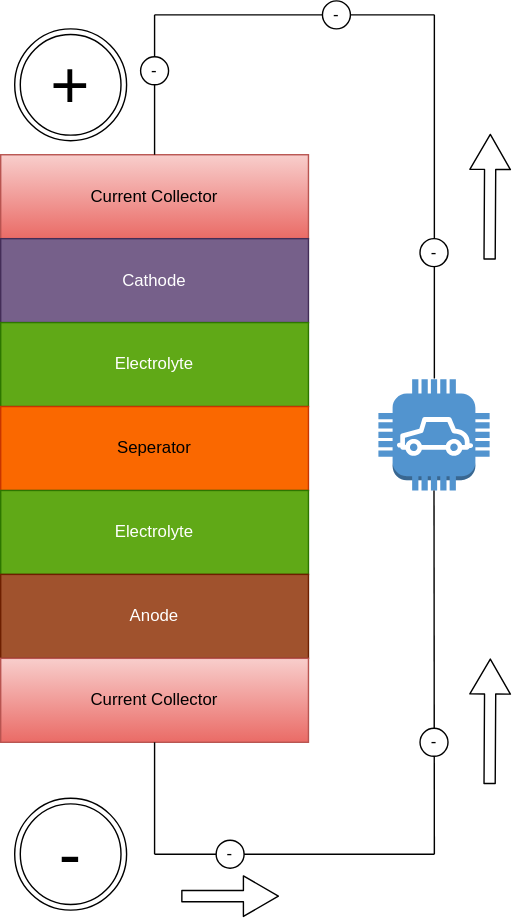
Before: content/technology/battery/basic/batteryconcept.drawio.svg, a diagram exported from draw.io (electrichasgoneaudi/electrichasgoneaudi.github.io). Source tidied: cells renumbered, new cells last; positions are measured from the earlier drawing's top-left corner, leaving out a move shared by most shapes. Source of this version:
```xml
<mxGraphModel>
  <root>
    <mxCell id="0" />
    <mxCell id="1" parent="0" />
    <mxCell id="2" value="Current Collector" style="rounded=0;whiteSpace=wrap;html=1;gradientColor=#ea6b66;fillColor=#f8cecc;strokeColor=#b85450;" parent="1" vertex="1">
      <mxGeometry y="110" width="220" height="60" as="geometry" />
    </mxCell>
    <mxCell id="3" value="Cathode" style="rounded=0;whiteSpace=wrap;html=1;fillColor=#76608a;strokeColor=#432D57;fontColor=#ffffff;" parent="1" vertex="1">
      <mxGeometry y="170" width="220" height="60" as="geometry" />
    </mxCell>
    <mxCell id="4" value="Electrolyte" style="rounded=0;whiteSpace=wrap;html=1;fillColor=#60a917;strokeColor=#2D7600;fontColor=#ffffff;" parent="1" vertex="1">
      <mxGeometry y="230" width="220" height="60" as="geometry" />
    </mxCell>
    <mxCell id="5" value="Seperator" style="rounded=0;whiteSpace=wrap;html=1;fillColor=#fa6800;strokeColor=#C73500;fontColor=#000000;" parent="1" vertex="1">
      <mxGeometry y="290" width="220" height="60" as="geometry" />
    </mxCell>
    <mxCell id="6" value="Electrolyte" style="rounded=0;whiteSpace=wrap;html=1;fillColor=#60a917;strokeColor=#2D7600;fontColor=#ffffff;" parent="1" vertex="1">
      <mxGeometry y="350" width="220" height="60" as="geometry" />
    </mxCell>
    <mxCell id="7" value="Anode" style="rounded=0;whiteSpace=wrap;html=1;fillColor=#a0522d;strokeColor=#6D1F00;fontColor=#ffffff;" parent="1" vertex="1">
      <mxGeometry y="410" width="220" height="60" as="geometry" />
    </mxCell>
    <mxCell id="8" value="Current Collector" style="rounded=0;whiteSpace=wrap;html=1;gradientColor=#ea6b66;fillColor=#f8cecc;strokeColor=#b85450;" parent="1" vertex="1">
      <mxGeometry y="470" width="220" height="60" as="geometry" />
    </mxCell>
    <mxCell id="9" style="outlineConnect=0;dashed=0;verticalLabelPosition=bottom;verticalAlign=top;align=center;html=1;shape=mxgraph.aws3.car;fillColor=#5294CF;gradientColor=none;" parent="1" vertex="1">
      <mxGeometry x="270" y="270.5" width="79.5" height="79.5" as="geometry" />
    </mxCell>
    <mxCell id="10" style="endArrow=none;html=1;entryX=0.5;entryY=1;entryDx=0;entryDy=0;entryPerimeter=0;" parent="1" edge="1" target="9">
      <mxGeometry relative="1" as="geometry">
        <mxPoint x="310" y="610" as="sourcePoint" />
      </mxGeometry>
    </mxCell>
    <mxCell id="11" style="endArrow=none;html=1;entryX=0.5;entryY=1;entryDx=0;entryDy=0;" parent="1" edge="1" target="8">
      <mxGeometry relative="1" as="geometry">
        <mxPoint x="110" y="610" as="sourcePoint" />
      </mxGeometry>
    </mxCell>
    <mxCell id="12" style="endArrow=none;html=1;" parent="1" edge="1">
      <mxGeometry relative="1" as="geometry">
        <mxPoint x="110" y="610" as="sourcePoint" />
        <mxPoint x="310" y="610" as="targetPoint" />
      </mxGeometry>
    </mxCell>
    <mxCell id="13" style="endArrow=none;html=1;exitX=0.5;exitY=0;exitDx=0;exitDy=0;" parent="1" edge="1" source="2">
      <mxGeometry relative="1" as="geometry">
        <mxPoint x="110" y="10" as="targetPoint" />
      </mxGeometry>
    </mxCell>
    <mxCell id="14" style="endArrow=none;html=1;startArrow=none;" parent="1" edge="1" source="21">
      <mxGeometry relative="1" as="geometry">
        <mxPoint x="110" y="10" as="targetPoint" />
      </mxGeometry>
    </mxCell>
    <mxCell id="15" style="endArrow=none;html=1;" parent="1" edge="1">
      <mxGeometry relative="1" as="geometry">
        <mxPoint x="310" y="270" as="sourcePoint" />
        <mxPoint x="310" y="10" as="targetPoint" />
      </mxGeometry>
    </mxCell>
    <mxCell id="16" value="&lt;font style=&quot;font-size: 48px&quot;&gt;+&lt;/font&gt;" style="ellipse;shape=doubleEllipse;whiteSpace=wrap;html=1;" parent="1" vertex="1">
      <mxGeometry x="10" y="20" width="80" height="80" as="geometry" />
    </mxCell>
    <mxCell id="17" value="&lt;span style=&quot;font-size: 48px&quot;&gt;-&lt;/span&gt;" style="ellipse;shape=doubleEllipse;whiteSpace=wrap;html=1;" parent="1" vertex="1">
      <mxGeometry x="10" y="570" width="80" height="80" as="geometry" />
    </mxCell>
    <mxCell id="18" value="-" style="ellipse;whiteSpace=wrap;html=1;" parent="1" vertex="1">
      <mxGeometry x="154" y="600" width="20" height="20" as="geometry" />
    </mxCell>
    <mxCell id="19" value="-" style="ellipse;whiteSpace=wrap;html=1;" parent="1" vertex="1">
      <mxGeometry x="299.8" y="520" width="20" height="20" as="geometry" />
    </mxCell>
    <mxCell id="20" value="-" style="ellipse;whiteSpace=wrap;html=1;" parent="1" vertex="1">
      <mxGeometry x="299.8" y="170" width="20" height="20" as="geometry" />
    </mxCell>
    <mxCell id="21" value="-" style="ellipse;whiteSpace=wrap;html=1;" parent="1" vertex="1">
      <mxGeometry x="230" width="20" height="20" as="geometry" />
    </mxCell>
    <mxCell id="22" style="endArrow=none;html=1;" parent="1" edge="1" target="21">
      <mxGeometry relative="1" as="geometry">
        <mxPoint x="310" y="10" as="sourcePoint" />
      </mxGeometry>
    </mxCell>
    <mxCell id="23" value="-" style="ellipse;whiteSpace=wrap;html=1;" parent="1" vertex="1">
      <mxGeometry x="100" y="40" width="20" height="20" as="geometry" />
    </mxCell>
    <mxCell id="24" style="shape=flexArrow;endArrow=classic;html=1;width=8;endSize=8;" parent="1" edge="1">
      <mxGeometry relative="1" as="geometry">
        <mxPoint x="129" y="640" as="sourcePoint" />
        <mxPoint x="199" y="640" as="targetPoint" />
      </mxGeometry>
    </mxCell>
    <mxCell id="25" style="shape=flexArrow;endArrow=classic;html=1;width=8;endSize=8;" parent="1" edge="1">
      <mxGeometry relative="1" as="geometry">
        <mxPoint x="349.5" y="560" as="sourcePoint" />
        <mxPoint x="350" y="470" as="targetPoint" />
      </mxGeometry>
    </mxCell>
    <mxCell id="26" style="shape=flexArrow;endArrow=classic;html=1;width=8;endSize=8;" parent="1" edge="1">
      <mxGeometry relative="1" as="geometry">
        <mxPoint x="349.5" y="185" as="sourcePoint" />
        <mxPoint x="350" y="95" as="targetPoint" />
      </mxGeometry>
    </mxCell>
  </root>
</mxGraphModel>
```
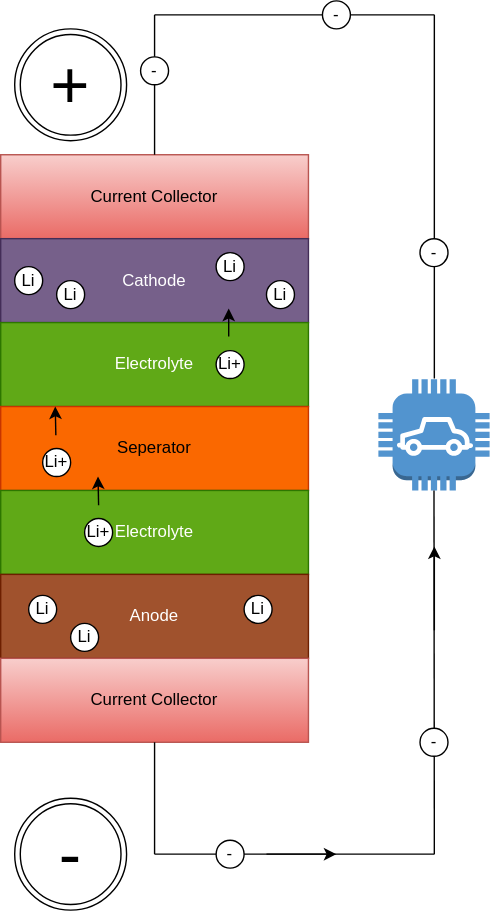
After the commit.

Change to the diagram source:
```diff
@@ -84,23 +84,65 @@
     <mxCell id="23" value="-" style="ellipse;whiteSpace=wrap;html=1;" parent="1" vertex="1">
       <mxGeometry x="100" y="40" width="20" height="20" as="geometry" />
     </mxCell>
-    <mxCell id="24" style="shape=flexArrow;endArrow=classic;html=1;width=8;endSize=8;" parent="1" edge="1">
-      <mxGeometry relative="1" as="geometry">
-        <mxPoint x="129" y="640" as="sourcePoint" />
-        <mxPoint x="199" y="640" as="targetPoint" />
-      </mxGeometry>
-    </mxCell>
-    <mxCell id="25" style="shape=flexArrow;endArrow=classic;html=1;width=8;endSize=8;" parent="1" edge="1">
-      <mxGeometry relative="1" as="geometry">
-        <mxPoint x="349.5" y="560" as="sourcePoint" />
-        <mxPoint x="350" y="470" as="targetPoint" />
-      </mxGeometry>
-    </mxCell>
-    <mxCell id="26" style="shape=flexArrow;endArrow=classic;html=1;width=8;endSize=8;" parent="1" edge="1">
-      <mxGeometry relative="1" as="geometry">
-        <mxPoint x="349.5" y="185" as="sourcePoint" />
-        <mxPoint x="350" y="95" as="targetPoint" />
-      </mxGeometry>
-    </mxCell>
+    <mxCell id="27" value="Li" style="ellipse;whiteSpace=wrap;html=1;" parent="1" vertex="1">
+      <mxGeometry x="10" y="190" width="20" height="20" as="geometry" />
+    </mxCell>
+    <mxCell id="28" value="Li" style="ellipse;whiteSpace=wrap;html=1;" parent="1" vertex="1">
+      <mxGeometry x="40" y="200" width="20" height="20" as="geometry" />
+    </mxCell>
+    <mxCell id="29" value="Li" style="ellipse;whiteSpace=wrap;html=1;" parent="1" vertex="1">
+      <mxGeometry x="154" y="180" width="20" height="20" as="geometry" />
+    </mxCell>
+    <mxCell id="30" value="Li" style="ellipse;whiteSpace=wrap;html=1;" parent="1" vertex="1">
+      <mxGeometry x="190" y="200" width="20" height="20" as="geometry" />
+    </mxCell>
+    <mxCell id="31" value="Li+" style="ellipse;whiteSpace=wrap;html=1;" parent="1" vertex="1">
+      <mxGeometry x="30" y="320" width="20" height="20" as="geometry" />
+    </mxCell>
+    <mxCell id="32" value="Li+" style="ellipse;whiteSpace=wrap;html=1;" parent="1" vertex="1">
+      <mxGeometry x="154" y="250" width="20" height="20" as="geometry" />
+    </mxCell>
+    <mxCell id="33" value="Li+" style="ellipse;whiteSpace=wrap;html=1;" parent="1" vertex="1">
+      <mxGeometry x="60" y="370" width="20" height="20" as="geometry" />
+    </mxCell>
+    <mxCell id="34" value="Li" style="ellipse;whiteSpace=wrap;html=1;" parent="1" vertex="1">
+      <mxGeometry x="20" y="425" width="20" height="20" as="geometry" />
+    </mxCell>
+    <mxCell id="35" value="Li" style="ellipse;whiteSpace=wrap;html=1;" parent="1" vertex="1">
+      <mxGeometry x="174" y="425" width="20" height="20" as="geometry" />
+    </mxCell>
+    <mxCell id="36" value="Li" style="ellipse;whiteSpace=wrap;html=1;" parent="1" vertex="1">
+      <mxGeometry x="50" y="445" width="20" height="20" as="geometry" />
+    </mxCell>
+    <mxCell id="37" style="endArrow=classic;html=1;" parent="1" edge="1">
+      <mxGeometry relative="1" as="geometry">
+        <mxPoint x="39.4" y="310.5" as="sourcePoint" />
+        <mxPoint x="39" y="290" as="targetPoint" />
+      </mxGeometry>
+    </mxCell>
+    <mxCell id="38" style="endArrow=classic;html=1;" parent="1" edge="1">
+      <mxGeometry relative="1" as="geometry">
+        <mxPoint x="163" y="240" as="sourcePoint" />
+        <mxPoint x="163" y="220" as="targetPoint" />
+      </mxGeometry>
+    </mxCell>
+    <mxCell id="39" style="endArrow=classic;html=1;" parent="1" edge="1">
+      <mxGeometry relative="1" as="geometry">
+        <mxPoint x="70" y="360.5" as="sourcePoint" />
+        <mxPoint x="69.6" y="340" as="targetPoint" />
+      </mxGeometry>
+    </mxCell>
+    <mxCell id="40" style="endArrow=classic;html=1;" parent="1" edge="1">
+      <mxGeometry relative="1" as="geometry">
+        <mxPoint x="190" y="610" as="sourcePoint" />
+        <mxPoint x="240" y="610" as="targetPoint" />
+      </mxGeometry>
+    </mxCell>
+    <mxCell id="41" style="endArrow=classic;html=1;" parent="1" edge="1">
+      <mxGeometry relative="1" as="geometry">
+        <mxPoint x="310" y="450" as="sourcePoint" />
+        <mxPoint x="310" y="390" as="targetPoint" />
+      </mxGeometry>
+    </mxCell>
   </root>
 </mxGraphModel>
```
